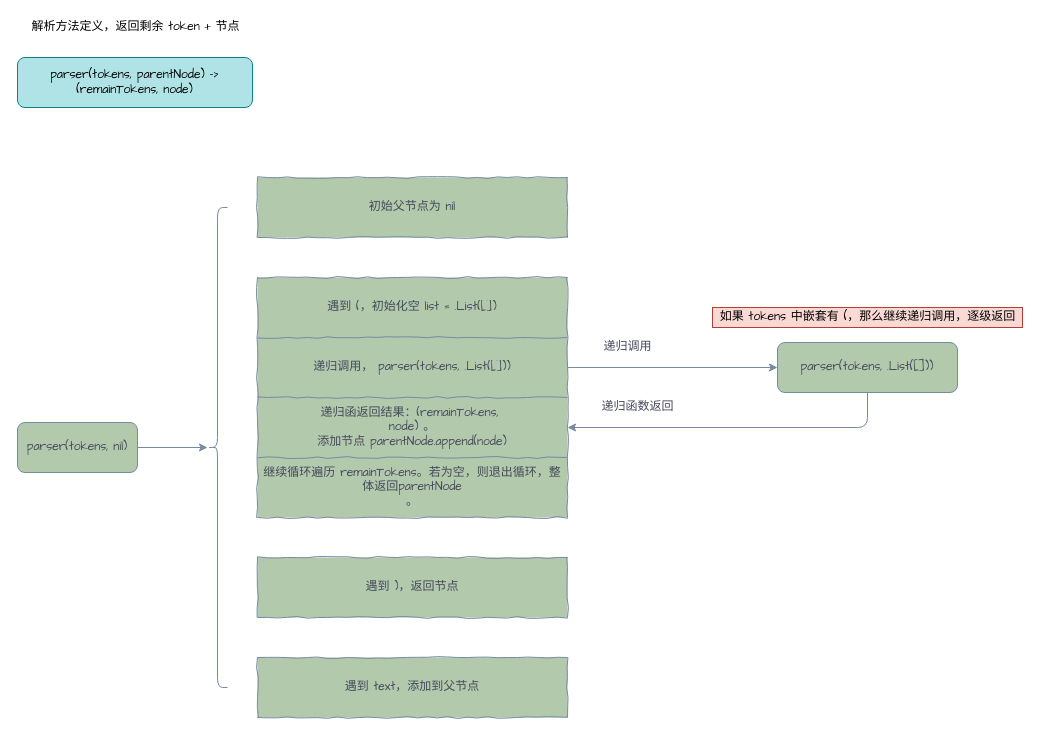
Before: page "parser" (3 of 15) of lisp.drawio in silan-liu/drawio, a draw.io diagram. Source tidied: cells renumbered, new cells numbered last; positions are measured from the earlier drawing's top-left corner, leaving out a move shared by most shapes. Both pictures are drawn from the tidied source at 100%, with x=0, y=0 at pixel (17, 17).
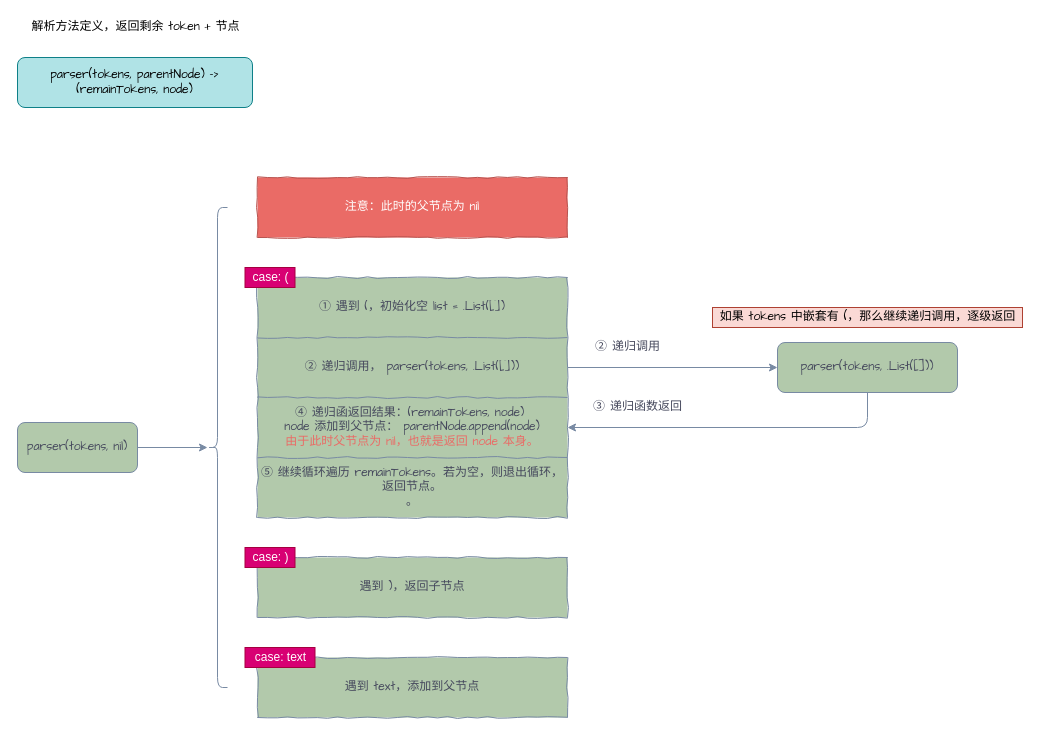
Above is the later version.

The change refers to these unchanged cells:
```xml
<mxCell id="3" style="shape=partialRectangle;html=1;whiteSpace=wrap;fillColor=none;top=0;left=0;bottom=0;right=0;strokeColor=#788AA3;fontColor=#46495D;fontFamily=Comic Sans MS;align=center;" parent="2" vertex="1">
  <mxGeometry width="310" height="60" as="geometry" />
</mxCell>
<mxCell id="5" style="shape=partialRectangle;html=1;whiteSpace=wrap;fillColor=none;top=0;left=0;bottom=0;right=0;points=[[0,0.5],[1,0.5]];portConstraint=eastwest;strokeColor=#788AA3;fontColor=#46495D;fontFamily=Comic Sans MS;align=center;" parent="2" vertex="1">
  <mxGeometry y="60" width="310" height="60" as="geometry" />
</mxCell>
<mxCell id="7" style="shape=partialRectangle;html=1;whiteSpace=wrap;fillColor=none;top=0;left=0;bottom=0;right=0;points=[[0,0.5],[1,0.5]];portConstraint=eastwest;strokeColor=#788AA3;fontColor=#46495D;fontFamily=Comic Sans MS;align=center;" parent="2" vertex="1">
  <mxGeometry y="120" width="310" height="60" as="geometry" />
</mxCell>
<mxCell id="9" style="shape=partialRectangle;html=1;whiteSpace=wrap;fillColor=none;top=0;left=0;bottom=0;right=0;strokeColor=#788AA3;fontColor=#46495D;fontFamily=Comic Sans MS;align=center;" parent="2" vertex="1">
  <mxGeometry y="180" width="310" height="60" as="geometry" />
</mxCell>
<mxCell id="12" style="shape=partialRectangle;html=1;whiteSpace=wrap;fillColor=none;top=0;left=0;bottom=0;right=0;strokeColor=#788AA3;fontColor=#46495D;fontFamily=Comic Sans MS;align=center;" parent="11" vertex="1">
  <mxGeometry width="310" height="60" as="geometry" />
</mxCell>
<mxCell id="18" style="shape=partialRectangle;html=1;whiteSpace=wrap;fillColor=none;top=0;left=0;bottom=0;right=0;strokeColor=#788AA3;fontColor=#46495D;fontFamily=Comic Sans MS;align=center;" parent="17" vertex="1">
  <mxGeometry width="310" height="60" as="geometry" />
</mxCell>
```

The edit, as a diff of the source:
```diff
@@
-    <mxCell id="4" value="遇到 (，初始化空 list = .List([])" style="shape=partialRectangle;html=1;whiteSpace=wrap;overflow=hidden;fillColor=none;top=0;left=0;bottom=0;right=0;strokeColor=#788AA3;fontColor=#46495D;fontFamily=Comic Sans MS;align=center;" parent="3" vertex="1">
+    <mxCell id="4" value="① 遇到 (，初始化空 list = .List([])" style="shape=partialRectangle;html=1;whiteSpace=wrap;overflow=hidden;fillColor=none;top=0;left=0;bottom=0;right=0;strokeColor=#788AA3;fontColor=#46495D;fontFamily=Comic Sans MS;align=center;" parent="3" vertex="1">
       <mxGeometry width="310" height="60" as="geometry" />
     </mxCell>
@@
-    <mxCell id="6" value="递归调用，&amp;nbsp;parser(tokens, .List([]))" style="shape=partialRectangle;html=1;whiteSpace=wrap;overflow=hidden;fillColor=none;top=0;left=0;bottom=0;right=0;strokeColor=#788AA3;fontColor=#46495D;fontFamily=Comic Sans MS;align=center;" parent="5" vertex="1">
+    <mxCell id="6" value="② 递归调用，&amp;nbsp;parser(tokens, .List([]))" style="shape=partialRectangle;html=1;whiteSpace=wrap;overflow=hidden;fillColor=none;top=0;left=0;bottom=0;right=0;strokeColor=#788AA3;fontColor=#46495D;fontFamily=Comic Sans MS;align=center;" parent="5" vertex="1">
       <mxGeometry width="310" height="60" as="geometry" />
     </mxCell>
@@
-    <mxCell id="8" value="递归函返回结果：(remainTokens,&amp;nbsp;&lt;br&gt;node) 。&lt;br&gt;添加节点 parentNode.append(node)" style="shape=partialRectangle;html=1;whiteSpace=wrap;overflow=hidden;fillColor=none;top=0;left=0;bottom=0;right=0;strokeColor=#788AA3;fontColor=#46495D;fontFamily=Comic Sans MS;align=center;" parent="7" vertex="1">
+    <mxCell id="8" value="④ 递归函返回结果：(remainTokens,&amp;nbsp;node)&amp;nbsp;&lt;br&gt;node 添加到父节点： parentNode.append(node)&lt;br&gt;&lt;font color=&quot;#ea6b66&quot;&gt;由于此时父节点为 nil，也就是返回 node 本身。&lt;/font&gt;" style="shape=partialRectangle;html=1;whiteSpace=wrap;overflow=hidden;fillColor=none;top=0;left=0;bottom=0;right=0;strokeColor=#788AA3;fontColor=#46495D;fontFamily=Comic Sans MS;align=center;" parent="7" vertex="1">
       <mxGeometry width="310" height="60" as="geometry" />
     </mxCell>
@@
-    <mxCell id="10" value="继续循环遍历&amp;nbsp;&lt;span&gt;remainTokens。若为空，则退出循环，整体返回&lt;/span&gt;parentNode&lt;span&gt;&lt;br&gt;。&lt;/span&gt;" style="shape=partialRectangle;html=1;whiteSpace=wrap;overflow=hidden;fillColor=none;top=0;left=0;bottom=0;right=0;strokeColor=#788AA3;fontColor=#46495D;fontFamily=Comic Sans MS;align=center;" parent="9" vertex="1">
+    <mxCell id="10" value="⑤ 继续循环遍历&amp;nbsp;&lt;span&gt;remainTokens。若为空，则退出循环，返回节点。&lt;/span&gt;&lt;span&gt;&lt;br&gt;。&lt;/span&gt;" style="shape=partialRectangle;html=1;whiteSpace=wrap;overflow=hidden;fillColor=none;top=0;left=0;bottom=0;right=0;strokeColor=#788AA3;fontColor=#46495D;fontFamily=Comic Sans MS;align=center;" parent="9" vertex="1">
       <mxGeometry width="310" height="60" as="geometry" />
     </mxCell>
@@
-    <mxCell id="13" value="遇到 )，返回节点" style="shape=partialRectangle;html=1;whiteSpace=wrap;overflow=hidden;fillColor=none;top=0;left=0;bottom=0;right=0;strokeColor=#788AA3;fontColor=#46495D;fontFamily=Comic Sans MS;align=center;" parent="12" vertex="1">
+    <mxCell id="13" value="遇到 )，返回子节点" style="shape=partialRectangle;html=1;whiteSpace=wrap;overflow=hidden;fillColor=none;top=0;left=0;bottom=0;right=0;strokeColor=#788AA3;fontColor=#46495D;fontFamily=Comic Sans MS;align=center;" parent="12" vertex="1">
       <mxGeometry width="310" height="60" as="geometry" />
     </mxCell>
@@
-    <mxCell id="17" style="shape=table;html=1;whiteSpace=wrap;startSize=0;childLayout=tableLayout;fillColor=#B2C9AB;strokeColor=#788AA3;fontColor=#46495D;comic=1;fontFamily=Comic Sans MS;align=center;" parent="1" vertex="1">
+    <mxCell id="17" style="shape=table;html=1;whiteSpace=wrap;startSize=0;childLayout=tableLayout;strokeColor=#b85450;comic=1;fontFamily=Comic Sans MS;align=center;fillColor=#EA6B66;" parent="1" vertex="1">
       <mxGeometry x="240" y="160" width="310" height="60" as="geometry" />
     </mxCell>
@@
-    <mxCell id="19" value="初始父节点为 nil" style="shape=partialRectangle;html=1;whiteSpace=wrap;overflow=hidden;fillColor=none;top=0;left=0;bottom=0;right=0;strokeColor=#788AA3;fontColor=#46495D;fontFamily=Comic Sans MS;align=center;" parent="18" vertex="1">
+    <mxCell id="19" value="注意：此时的父节点为 nil" style="shape=partialRectangle;html=1;whiteSpace=wrap;overflow=hidden;fillColor=none;top=0;left=0;bottom=0;right=0;strokeColor=#788AA3;fontFamily=Comic Sans MS;align=center;fontColor=#FFFFFF;" parent="18" vertex="1">
       <mxGeometry width="310" height="60" as="geometry" />
     </mxCell>
@@
-    <mxCell id="24" value="递归函数返回" style="text;html=1;align=center;verticalAlign=middle;strokeColor=none;fontFamily=Comic Sans MS;fontColor=#46495D;" parent="1" vertex="1">
-      <mxGeometry x="575" y="380" width="90" height="20" as="geometry" />
+    <mxCell id="24" value="③ 递归函数返回" style="text;html=1;align=center;verticalAlign=middle;strokeColor=none;fontFamily=Comic Sans MS;fontColor=#46495D;" parent="1" vertex="1">
+      <mxGeometry x="570" y="380" width="100" height="20" as="geometry" />
     </mxCell>
@@
-    <mxCell id="26" value="递归调用" style="text;html=1;align=center;verticalAlign=middle;strokeColor=none;fontFamily=Comic Sans MS;fontColor=#46495D;" parent="1" vertex="1">
-      <mxGeometry x="580" y="320" width="60" height="20" as="geometry" />
+    <mxCell id="26" value="② 递归调用" style="text;html=1;align=center;verticalAlign=middle;strokeColor=none;fontFamily=Comic Sans MS;fontColor=#46495D;" parent="1" vertex="1">
+      <mxGeometry x="570" y="320" width="80" height="20" as="geometry" />
     </mxCell>
@@
+    <mxCell id="31" value="case: (" style="text;html=1;align=center;verticalAlign=middle;strokeColor=#A50040;fillColor=#d80073;fontColor=#ffffff;" parent="1" vertex="1">
+      <mxGeometry x="227.5" y="250" width="50" height="20" as="geometry" />
+    </mxCell>
+    <mxCell id="32" value="case: )" style="text;html=1;align=center;verticalAlign=middle;strokeColor=#A50040;fillColor=#d80073;fontColor=#ffffff;" parent="1" vertex="1">
+      <mxGeometry x="227.5" y="530" width="50" height="20" as="geometry" />
+    </mxCell>
+    <mxCell id="33" value="case: text" style="text;html=1;align=center;verticalAlign=middle;strokeColor=#A50040;fillColor=#d80073;fontColor=#ffffff;" parent="1" vertex="1">
+      <mxGeometry x="227.5" y="630" width="70" height="20" as="geometry" />
+    </mxCell>
```
